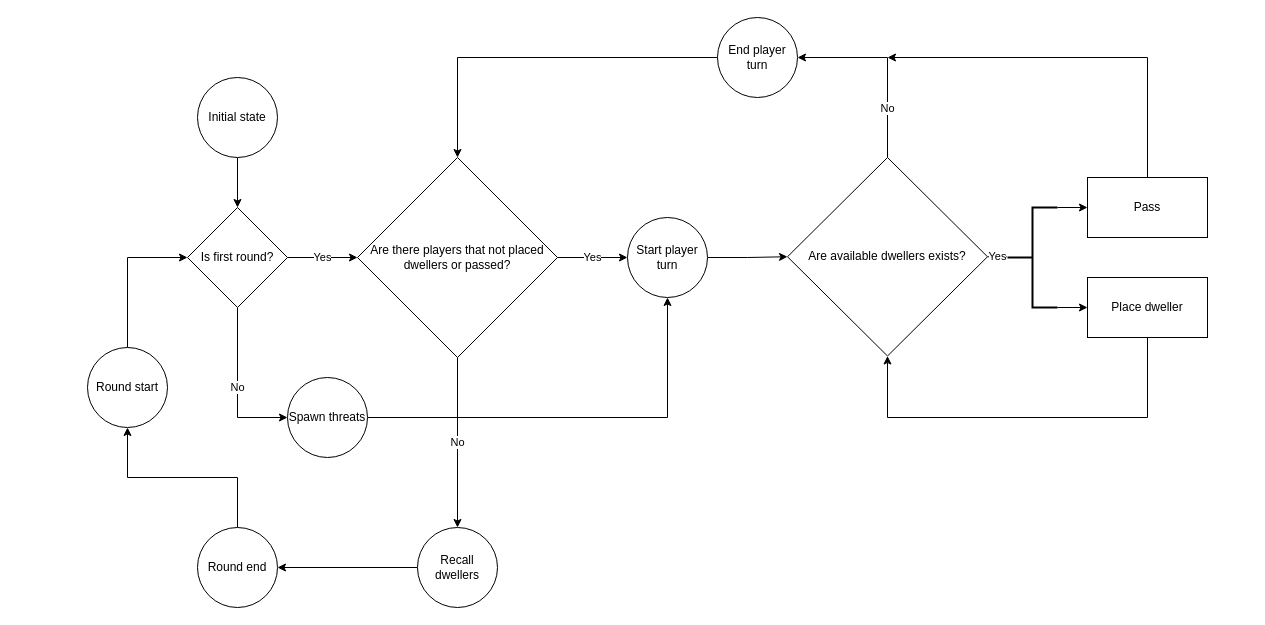
yokoosama/Fallout.Shelter keeps this draw.io diagram as Docs/Game flow.drawio.xml. Above is the earlier version. Source tidied: cells renumbered, new cells numbered last; positions are measured from the earlier drawing's top-left corner, leaving out a move shared by most shapes. Both pictures are drawn from the tidied source at 100%, with x=0, y=0 at pixel (87, 17).
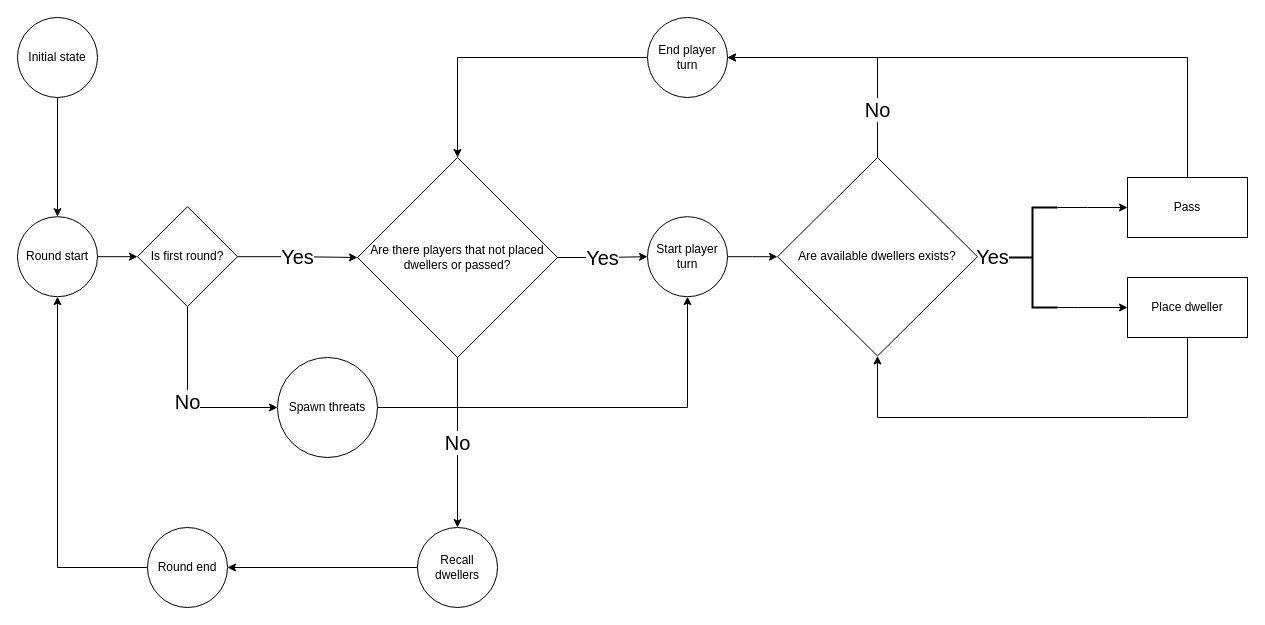
After the change.

Unchanged cells that the change refers to:
```xml
<mxCell id="10" value="Are there players that not placed dwellers or passed?" style="rhombus;whiteSpace=wrap;html=1;" parent="1" vertex="1">
  <mxGeometry x="270" y="140" width="200" height="200" as="geometry" />
</mxCell>
<mxCell id="13" style="strokeWidth=2;html=1;shape=mxgraph.flowchart.annotation_2;align=left;labelPosition=right;" parent="1" vertex="1">
  <mxGeometry x="920" y="190" width="50" height="100" as="geometry" />
</mxCell>
<mxCell id="24" value="Recall dwellers" style="ellipse;whiteSpace=wrap;html=1;" parent="1" vertex="1">
  <mxGeometry x="330" y="510" width="80" height="80" as="geometry" />
</mxCell>
```

Diff of the diagram source:
```diff
@@
-    <mxCell id="2" style="edgeStyle=orthogonalEdgeStyle;rounded=0;jettySize=auto;html=1;exitX=0.5;exitY=1;exitDx=0;exitDy=0;entryX=0.5;entryY=0;entryDx=0;entryDy=0;" parent="1" edge="1" source="3" target="31">
+    <mxCell id="2" style="edgeStyle=orthogonalEdgeStyle;rounded=0;jettySize=auto;html=1;exitX=0.5;exitY=1;exitDx=0;exitDy=0;entryX=0.5;entryY=0;entryDx=0;entryDy=0;" parent="1" edge="1" source="3" target="28">
       <mxGeometry relative="1" as="geometry" />
     </mxCell>
     <mxCell id="3" value="Initial state" style="ellipse;whiteSpace=wrap;html=1;" parent="1" vertex="1">
-      <mxGeometry x="110" y="60" width="80" height="80" as="geometry" />
+      <mxGeometry x="-70" width="80" height="80" as="geometry" />
     </mxCell>
@@
     <mxCell id="5" value="Start player turn" style="ellipse;whiteSpace=wrap;html=1;" parent="1" vertex="1">
-      <mxGeometry x="540" y="200" width="80" height="80" as="geometry" />
+      <mxGeometry x="560" y="199.2" width="80" height="80" as="geometry" />
     </mxCell>
@@
     <mxCell id="7" value="Spawn threats" style="ellipse;whiteSpace=wrap;html=1;" parent="1" vertex="1">
-      <mxGeometry x="200" y="360" width="80" height="80" as="geometry" />
+      <mxGeometry x="190" y="340" width="100" height="100" as="geometry" />
     </mxCell>
-    <mxCell id="8" value="Yes" style="edgeStyle=orthogonalEdgeStyle;rounded=0;jettySize=auto;html=1;exitX=1;exitY=0.5;exitDx=0;exitDy=0;entryX=0;entryY=0.5;entryDx=0;entryDy=0;" parent="1" edge="1" source="10" target="5">
+    <mxCell id="8" value="Yes" style="edgeStyle=orthogonalEdgeStyle;rounded=0;jettySize=auto;html=1;exitX=1;exitY=0.5;exitDx=0;exitDy=0;entryX=0;entryY=0.5;entryDx=0;entryDy=0;fontSize=20;" parent="1" edge="1" source="10" target="5">
       <mxGeometry relative="1" as="geometry" />
     </mxCell>
-    <mxCell id="9" value="No" style="edgeStyle=orthogonalEdgeStyle;rounded=0;jettySize=auto;html=1;exitX=0.5;exitY=1;exitDx=0;exitDy=0;entryX=0.5;entryY=0;entryDx=0;entryDy=0;" parent="1" edge="1" source="10" target="24">
+    <mxCell id="9" value="No" style="edgeStyle=orthogonalEdgeStyle;rounded=0;jettySize=auto;html=1;exitX=0.5;exitY=1;exitDx=0;exitDy=0;entryX=0.5;entryY=0;entryDx=0;entryDy=0;fontSize=20;" parent="1" edge="1" source="10" target="24">
       <mxGeometry relative="1" as="geometry" />
     </mxCell>
@@
     <mxCell id="11" style="edgeStyle=orthogonalEdgeStyle;rounded=0;jettySize=auto;html=1;exitX=1;exitY=0;exitDx=0;exitDy=0;exitPerimeter=0;entryX=0;entryY=0.5;entryDx=0;entryDy=0;" parent="1" edge="1" source="13" target="18">
-      <mxGeometry relative="1" as="geometry" />
+      <mxGeometry relative="1" as="geometry">
+        <Array as="points">
+          <mxPoint x="1000" y="190" />
+          <mxPoint x="1000" y="190" />
+        </Array>
+      </mxGeometry>
     </mxCell>
     <mxCell id="12" style="edgeStyle=orthogonalEdgeStyle;rounded=0;jettySize=auto;html=1;exitX=1;exitY=1;exitDx=0;exitDy=0;exitPerimeter=0;entryX=0;entryY=0.5;entryDx=0;entryDy=0;" parent="1" edge="1" source="13" target="20">
-      <mxGeometry relative="1" as="geometry" />
+      <mxGeometry relative="1" as="geometry">
+        <Array as="points">
+          <mxPoint x="990" y="290" />
+          <mxPoint x="990" y="290" />
+        </Array>
+      </mxGeometry>
     </mxCell>
@@
-    <mxCell id="14" value="Yes" style="edgeStyle=orthogonalEdgeStyle;rounded=0;jettySize=auto;html=1;exitX=1;exitY=0.5;exitDx=0;exitDy=0;entryX=0;entryY=0.5;entryDx=0;entryDy=0;entryPerimeter=0;" parent="1" edge="1" source="16" target="13">
-      <mxGeometry relative="1" as="geometry" />
+    <mxCell id="14" value="Yes" style="edgeStyle=orthogonalEdgeStyle;rounded=0;jettySize=auto;html=1;exitX=1;exitY=0.5;exitDx=0;exitDy=0;entryX=0;entryY=0.5;entryDx=0;entryDy=0;entryPerimeter=0;fontSize=20;" parent="1" edge="1" source="16" target="13">
+      <mxGeometry x="-0.03" relative="1" as="geometry" />
     </mxCell>
-    <mxCell id="15" value="No" style="edgeStyle=orthogonalEdgeStyle;rounded=0;jettySize=auto;html=1;exitX=0.5;exitY=0;exitDx=0;exitDy=0;entryX=1;entryY=0.5;entryDx=0;entryDy=0;" parent="1" edge="1" source="16" target="22">
-      <mxGeometry x="-0.48" relative="1" as="geometry">
+    <mxCell id="15" value="No" style="edgeStyle=orthogonalEdgeStyle;rounded=0;jettySize=auto;html=1;exitX=0.5;exitY=0;exitDx=0;exitDy=0;entryX=1;entryY=0.5;entryDx=0;entryDy=0;fontSize=20;" parent="1" edge="1" source="16" target="22">
+      <mxGeometry x="-0.62" relative="1" as="geometry">
         <Array as="points">
-          <mxPoint x="800" y="40" />
+          <mxPoint x="790" y="40" />
         </Array>
       </mxGeometry>
     </mxCell>
     <mxCell id="16" value="Are available dwellers exists?" style="rhombus;whiteSpace=wrap;html=1;" parent="1" vertex="1">
-      <mxGeometry x="700" y="140" width="200" height="198.5" as="geometry" />
+      <mxGeometry x="690" y="140" width="200" height="198.5" as="geometry" />
     </mxCell>
-    <mxCell id="17" style="edgeStyle=orthogonalEdgeStyle;rounded=0;jettySize=auto;html=1;exitX=0.5;exitY=0;exitDx=0;exitDy=0;" parent="1" edge="1" source="18">
+    <mxCell id="17" style="edgeStyle=orthogonalEdgeStyle;rounded=0;jettySize=auto;html=1;exitX=0.5;exitY=0;exitDx=0;exitDy=0;entryX=1;entryY=0.5;entryDx=0;entryDy=0;" parent="1" edge="1" source="18" target="22">
       <mxGeometry relative="1" as="geometry">
-        <mxPoint x="800" y="40" as="targetPoint" />
         <Array as="points">
-          <mxPoint x="1060" y="40" />
+          <mxPoint x="1100" y="40" />
         </Array>
       </mxGeometry>
     </mxCell>
     <mxCell id="18" value="Pass" style="rounded=0;whiteSpace=wrap;html=1;" parent="1" vertex="1">
-      <mxGeometry x="1000" y="160" width="120" height="60" as="geometry" />
+      <mxGeometry x="1040" y="160" width="120" height="60" as="geometry" />
     </mxCell>
@@
     <mxCell id="20" value="Place dweller" style="rounded=0;whiteSpace=wrap;html=1;" parent="1" vertex="1">
-      <mxGeometry x="1000" y="260" width="120" height="60" as="geometry" />
+      <mxGeometry x="1040" y="260" width="120" height="60" as="geometry" />
     </mxCell>
@@
     <mxCell id="22" value="End player turn" style="ellipse;whiteSpace=wrap;html=1;" parent="1" vertex="1">
-      <mxGeometry x="630" width="80" height="80" as="geometry" />
+      <mxGeometry x="560" width="80" height="80" as="geometry" />
     </mxCell>
@@
-    <mxCell id="25" style="edgeStyle=orthogonalEdgeStyle;rounded=0;jettySize=auto;html=1;exitX=0.5;exitY=0;exitDx=0;exitDy=0;entryX=0.5;entryY=1;entryDx=0;entryDy=0;" parent="1" edge="1" source="26" target="28">
-      <mxGeometry relative="1" as="geometry" />
+    <mxCell id="25" style="edgeStyle=orthogonalEdgeStyle;rounded=0;jettySize=auto;html=1;exitX=0;exitY=0.5;exitDx=0;exitDy=0;entryX=0.5;entryY=1;entryDx=0;entryDy=0;" parent="1" edge="1" source="26" target="28">
+      <mxGeometry relative="1" as="geometry">
+        <Array as="points">
+          <mxPoint x="-30" y="550" />
+        </Array>
+      </mxGeometry>
     </mxCell>
     <mxCell id="26" value="Round end" style="ellipse;whiteSpace=wrap;html=1;" parent="1" vertex="1">
-      <mxGeometry x="110" y="510" width="80" height="80" as="geometry" />
+      <mxGeometry x="60" y="510" width="80" height="80" as="geometry" />
     </mxCell>
-    <mxCell id="27" style="edgeStyle=orthogonalEdgeStyle;rounded=0;jettySize=auto;html=1;exitX=0.5;exitY=0;exitDx=0;exitDy=0;entryX=0;entryY=0.5;entryDx=0;entryDy=0;" parent="1" edge="1" source="28" target="31">
+    <mxCell id="27" style="edgeStyle=orthogonalEdgeStyle;rounded=0;jettySize=auto;html=1;exitX=1;exitY=0.5;exitDx=0;exitDy=0;entryX=0;entryY=0.5;entryDx=0;entryDy=0;" parent="1" edge="1" source="28" target="31">
       <mxGeometry relative="1" as="geometry" />
     </mxCell>
     <mxCell id="28" value="Round start" style="ellipse;whiteSpace=wrap;html=1;" parent="1" vertex="1">
-      <mxGeometry y="330" width="80" height="80" as="geometry" />
+      <mxGeometry x="-70" y="199.2" width="80" height="80" as="geometry" />
     </mxCell>
-    <mxCell id="29" value="No" style="edgeStyle=orthogonalEdgeStyle;rounded=0;jettySize=auto;html=1;exitX=0.5;exitY=1;exitDx=0;exitDy=0;entryX=0;entryY=0.5;entryDx=0;entryDy=0;" parent="1" edge="1" source="31" target="7">
+    <mxCell id="29" value="No" style="edgeStyle=orthogonalEdgeStyle;rounded=0;jettySize=auto;html=1;exitX=0.5;exitY=1;exitDx=0;exitDy=0;entryX=0;entryY=0.5;entryDx=0;entryDy=0;spacing=2;fontSize=20;" parent="1" edge="1" source="31" target="7">
       <mxGeometry relative="1" as="geometry" />
     </mxCell>
-    <mxCell id="30" value="Yes" style="edgeStyle=orthogonalEdgeStyle;rounded=0;jettySize=auto;html=1;exitX=1;exitY=0.5;exitDx=0;exitDy=0;entryX=0;entryY=0.5;entryDx=0;entryDy=0;" parent="1" edge="1" source="31" target="10">
+    <mxCell id="30" value="Yes" style="edgeStyle=orthogonalEdgeStyle;rounded=0;jettySize=auto;html=1;exitX=1;exitY=0.5;exitDx=0;exitDy=0;entryX=0;entryY=0.5;entryDx=0;entryDy=0;fontSize=20;" parent="1" edge="1" source="31" target="10">
       <mxGeometry relative="1" as="geometry" />
     </mxCell>
     <mxCell id="31" value="Is first round?" style="rhombus;whiteSpace=wrap;html=1;" parent="1" vertex="1">
-      <mxGeometry x="100" y="190" width="100" height="100" as="geometry" />
+      <mxGeometry x="50" y="189.2" width="100" height="100" as="geometry" />
     </mxCell>
```
